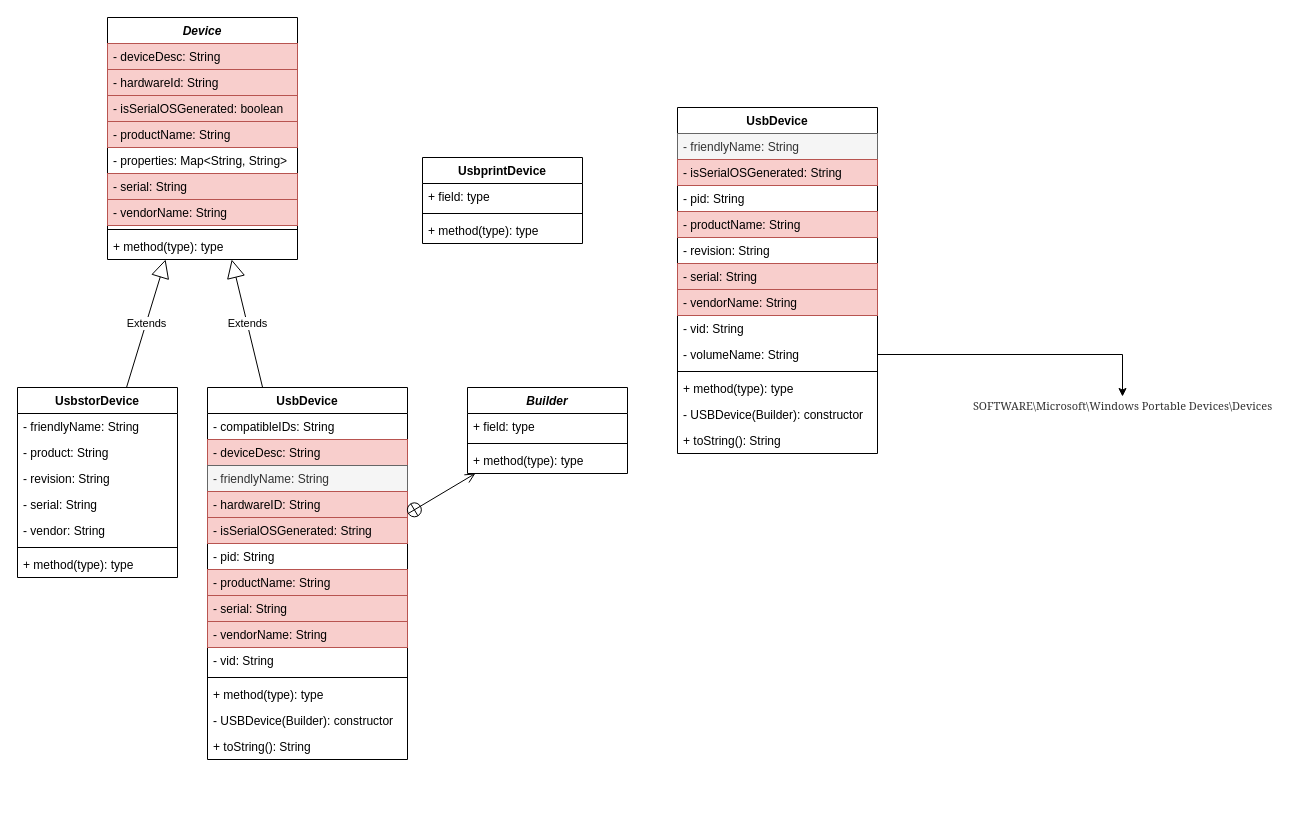
Earlier version of the draw.io diagram UML diagrams.drawio (Quitest/USBDDx). Source tidied: cells renumbered, new cells numbered last; positions are measured from the earlier drawing's top-left corner, leaving out a move shared by most shapes. Both pictures are drawn from the tidied source at 100%, with x=0, y=0 at pixel (17, 17).
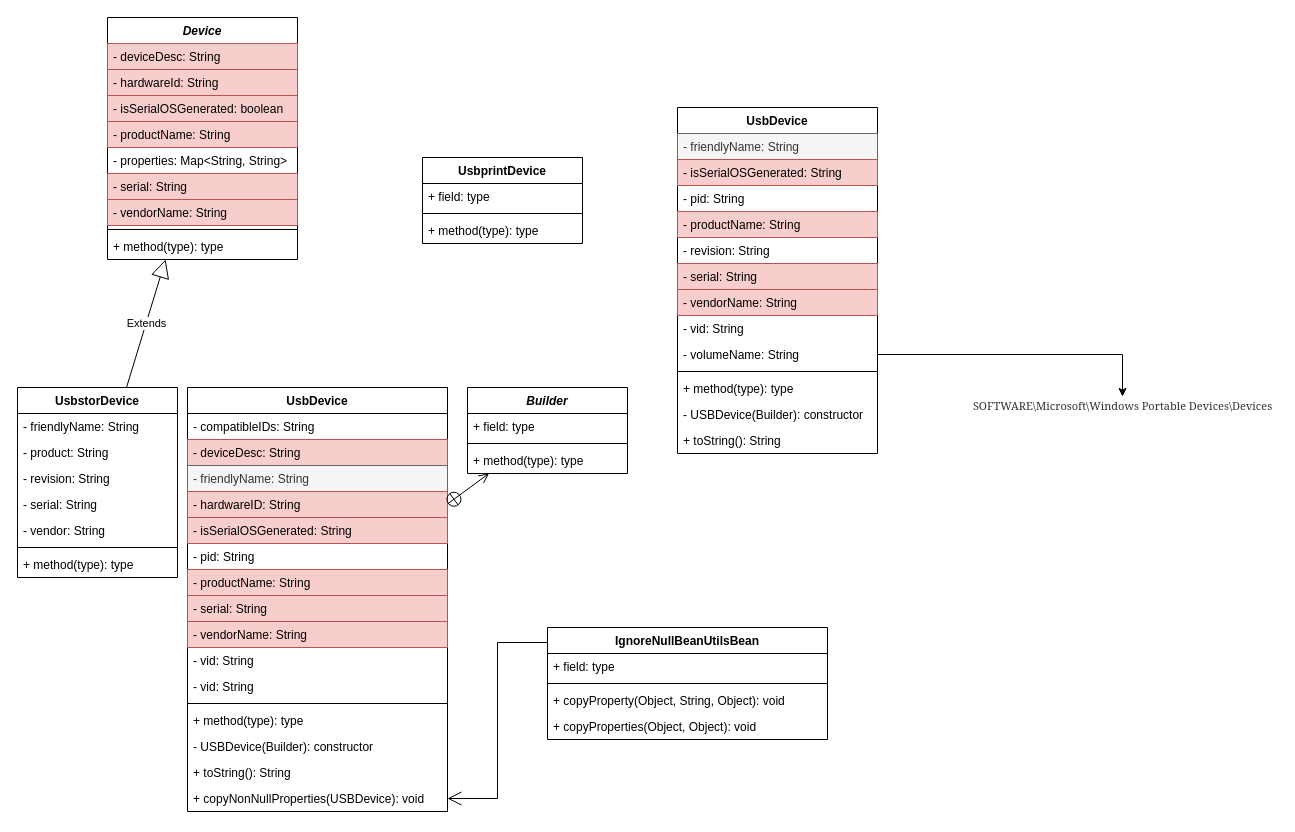
After the change.

Commit message:
Добавлены наброски по классу IgnoreNullBeanUtilsBean

Unchanged cells that the change refers to:
```xml
<mxCell id="2" value="Device" style="swimlane;fontStyle=3;align=center;verticalAlign=top;horizontal=1;startSize=26;" parent="1" vertex="1">
  <mxGeometry x="90" width="190" height="242" as="geometry" />
</mxCell>
```

Change to the diagram source:
```diff
@@
     <mxCell id="12" value="UsbDevice" style="swimlane;fontStyle=1;align=center;verticalAlign=top;horizontal=1;startSize=26;" parent="1" vertex="1">
-      <mxGeometry x="190" y="370" width="200" height="372" as="geometry" />
+      <mxGeometry x="170" y="370" width="260" height="424" as="geometry" />
     </mxCell>
     <mxCell id="13" value="- compatibleIDs: String" style="text;strokeColor=none;fillColor=none;align=left;verticalAlign=top;spacingLeft=4;spacingRight=4;overflow=hidden;" parent="12" vertex="1">
-      <mxGeometry y="26" width="200" height="26" as="geometry" />
+      <mxGeometry y="26" width="260" height="26" as="geometry" />
     </mxCell>
     <mxCell id="14" value="- deviceDesc: String" style="text;strokeColor=#b85450;fillColor=#f8cecc;align=left;verticalAlign=top;spacingLeft=4;spacingRight=4;overflow=hidden;" parent="12" vertex="1">
-      <mxGeometry y="52" width="200" height="26" as="geometry" />
+      <mxGeometry y="52" width="260" height="26" as="geometry" />
     </mxCell>
     <mxCell id="15" value="- friendlyName: String" style="text;strokeColor=#666666;fillColor=#f5f5f5;align=left;verticalAlign=top;spacingLeft=4;spacingRight=4;overflow=hidden;fontColor=#333333;" parent="12" vertex="1">
-      <mxGeometry y="78" width="200" height="26" as="geometry" />
+      <mxGeometry y="78" width="260" height="26" as="geometry" />
     </mxCell>
     <mxCell id="16" value="- hardwareID: String" style="text;strokeColor=#b85450;fillColor=#f8cecc;align=left;verticalAlign=top;spacingLeft=4;spacingRight=4;overflow=hidden;" parent="12" vertex="1">
-      <mxGeometry y="104" width="200" height="26" as="geometry" />
+      <mxGeometry y="104" width="260" height="26" as="geometry" />
     </mxCell>
     <mxCell id="17" value="- isSerialOSGenerated: String" style="text;strokeColor=#b85450;fillColor=#f8cecc;align=left;verticalAlign=top;spacingLeft=4;spacingRight=4;overflow=hidden;" parent="12" vertex="1">
-      <mxGeometry y="130" width="200" height="26" as="geometry" />
+      <mxGeometry y="130" width="260" height="26" as="geometry" />
     </mxCell>
     <mxCell id="18" value="- pid: String" style="text;strokeColor=none;fillColor=none;align=left;verticalAlign=top;spacingLeft=4;spacingRight=4;overflow=hidden;" parent="12" vertex="1">
-      <mxGeometry y="156" width="200" height="26" as="geometry" />
+      <mxGeometry y="156" width="260" height="26" as="geometry" />
     </mxCell>
     <mxCell id="19" value="- productName: String" style="text;strokeColor=#b85450;fillColor=#f8cecc;align=left;verticalAlign=top;spacingLeft=4;spacingRight=4;overflow=hidden;" parent="12" vertex="1">
-      <mxGeometry y="182" width="200" height="26" as="geometry" />
+      <mxGeometry y="182" width="260" height="26" as="geometry" />
     </mxCell>
     <mxCell id="20" value="- serial: String" style="text;strokeColor=#b85450;fillColor=#f8cecc;align=left;verticalAlign=top;spacingLeft=4;spacingRight=4;overflow=hidden;" parent="12" vertex="1">
-      <mxGeometry y="208" width="200" height="26" as="geometry" />
+      <mxGeometry y="208" width="260" height="26" as="geometry" />
     </mxCell>
     <mxCell id="21" value="- vendorName: String" style="text;strokeColor=#b85450;fillColor=#f8cecc;align=left;verticalAlign=top;spacingLeft=4;spacingRight=4;overflow=hidden;" parent="12" vertex="1">
-      <mxGeometry y="234" width="200" height="26" as="geometry" />
+      <mxGeometry y="234" width="260" height="26" as="geometry" />
     </mxCell>
     <mxCell id="22" value="- vid: String" style="text;strokeColor=none;fillColor=none;align=left;verticalAlign=top;spacingLeft=4;spacingRight=4;overflow=hidden;" parent="12" vertex="1">
-      <mxGeometry y="260" width="200" height="26" as="geometry" />
+      <mxGeometry y="260" width="260" height="26" as="geometry" />
     </mxCell>
+    <mxCell id="62" value="- vid: String" style="text;strokeColor=none;fillColor=none;align=left;verticalAlign=top;spacingLeft=4;spacingRight=4;overflow=hidden;" parent="12" vertex="1">
+      <mxGeometry y="286" width="260" height="26" as="geometry" />
+    </mxCell>
     <mxCell id="23" style="line;strokeWidth=1;fillColor=none;align=left;verticalAlign=middle;spacingTop=-1;spacingLeft=3;spacingRight=3;labelPosition=right;" parent="12" vertex="1">
-      <mxGeometry y="286" width="200" height="8" as="geometry" />
+      <mxGeometry y="312" width="260" height="8" as="geometry" />
     </mxCell>
     <mxCell id="24" value="+ method(type): type" style="text;strokeColor=none;fillColor=none;align=left;verticalAlign=top;spacingLeft=4;spacingRight=4;overflow=hidden;" parent="12" vertex="1">
-      <mxGeometry y="294" width="200" height="26" as="geometry" />
+      <mxGeometry y="320" width="260" height="26" as="geometry" />
     </mxCell>
     <mxCell id="25" value="- USBDevice(Builder): constructor" style="text;strokeColor=none;fillColor=none;align=left;verticalAlign=top;spacingLeft=4;spacingRight=4;overflow=hidden;" parent="12" vertex="1">
-      <mxGeometry y="320" width="200" height="26" as="geometry" />
+      <mxGeometry y="346" width="260" height="26" as="geometry" />
     </mxCell>
     <mxCell id="26" value="+ toString(): String" style="text;strokeColor=none;fillColor=none;align=left;verticalAlign=top;spacingLeft=4;spacingRight=4;overflow=hidden;" parent="12" vertex="1">
-      <mxGeometry y="346" width="200" height="26" as="geometry" />
+      <mxGeometry y="372" width="260" height="26" as="geometry" />
     </mxCell>
+    <mxCell id="63" value="+ copyNonNullProperties(USBDevice): void" style="text;strokeColor=none;fillColor=none;align=left;verticalAlign=top;spacingLeft=4;spacingRight=4;overflow=hidden;points=[[0,0.5],[1,0.5]];portConstraint=eastwest;" parent="12" vertex="1">
+      <mxGeometry y="398" width="260" height="26" as="geometry" />
+    </mxCell>
@@
-    <mxCell id="40" value="Extends" style="endArrow=block;endSize=16;endFill=0;html=1;rounded=0;" parent="1" edge="1" source="12" target="2">
-      <mxGeometry relative="1" as="geometry" />
-    </mxCell>
@@
+    <mxCell id="64" value="IgnoreNullBeanUtilsBean" style="swimlane;fontStyle=1;align=center;verticalAlign=top;horizontal=1;startSize=26;" parent="1" vertex="1">
+      <mxGeometry x="530" y="610" width="280" height="112" as="geometry" />
+    </mxCell>
+    <mxCell id="65" value="+ field: type" style="text;strokeColor=none;fillColor=none;align=left;verticalAlign=top;spacingLeft=4;spacingRight=4;overflow=hidden;" parent="64" vertex="1">
+      <mxGeometry y="26" width="280" height="26" as="geometry" />
+    </mxCell>
+    <mxCell id="66" style="line;strokeWidth=1;fillColor=none;align=left;verticalAlign=middle;spacingTop=-1;spacingLeft=3;spacingRight=3;labelPosition=right;" parent="64" vertex="1">
+      <mxGeometry y="52" width="280" height="8" as="geometry" />
+    </mxCell>
+    <mxCell id="67" value="+ copyProperty(Object, String, Object): void" style="text;strokeColor=none;fillColor=none;align=left;verticalAlign=top;spacingLeft=4;spacingRight=4;overflow=hidden;" parent="64" vertex="1">
+      <mxGeometry y="60" width="280" height="26" as="geometry" />
+    </mxCell>
+    <mxCell id="68" value="+ copyProperties(Object, Object): void" style="text;strokeColor=none;fillColor=none;align=left;verticalAlign=top;spacingLeft=4;spacingRight=4;overflow=hidden;" parent="64" vertex="1">
+      <mxGeometry y="86" width="280" height="26" as="geometry" />
+    </mxCell>
+    <mxCell id="69" style="endArrow=open;endFill=1;endSize=12;html=1;rounded=0;edgeStyle=orthogonalEdgeStyle;entryX=1;entryY=0.5;entryDx=0;entryDy=0;exitX=0;exitY=0.134;exitDx=0;exitDy=0;exitPerimeter=0;" parent="1" edge="1" source="64" target="63">
+      <mxGeometry relative="1" as="geometry" />
+    </mxCell>
```
